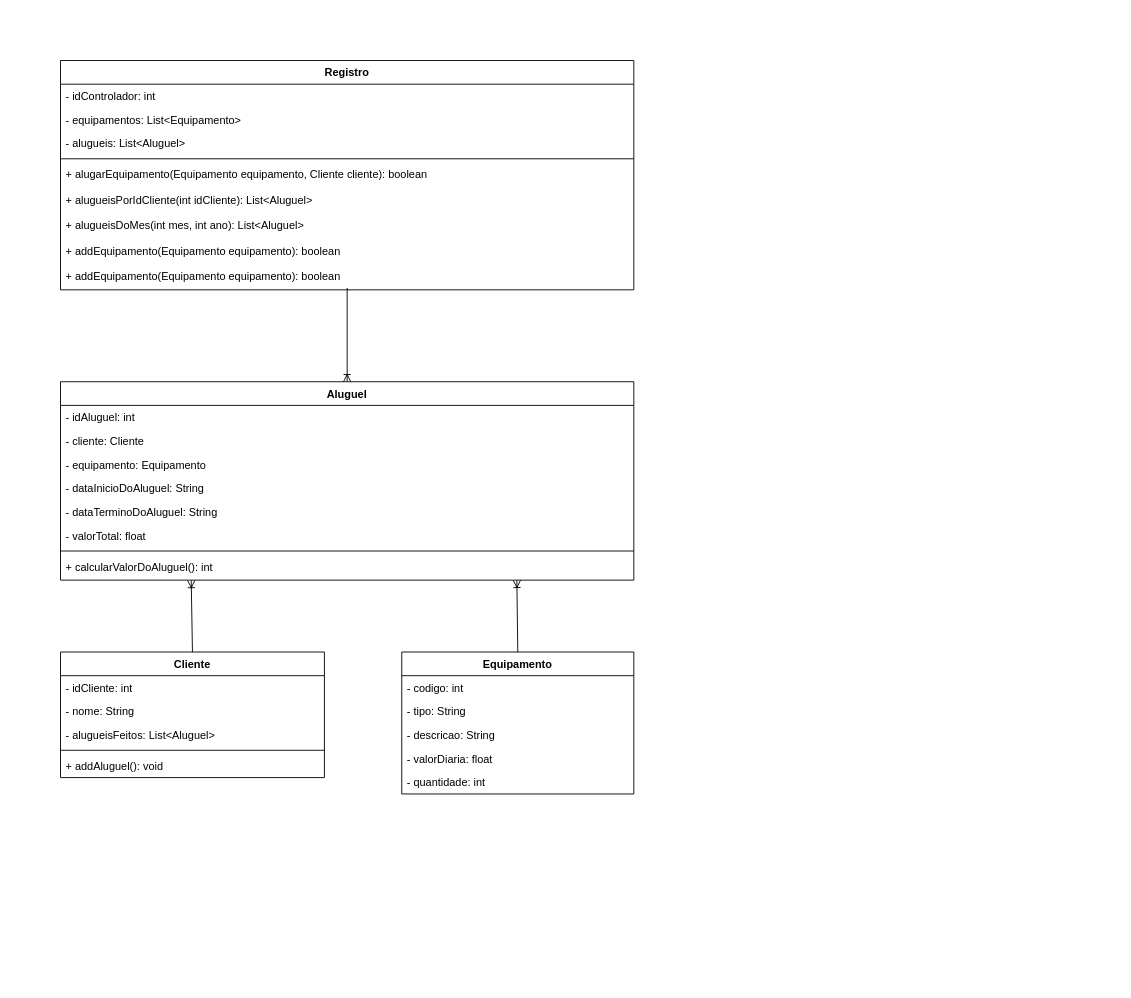
Before: docs/diagramas/diagramaDeClasses.drawio in puc-aulas/lpm-noite-quarta-pl-luccaluchi, a draw.io diagram. Source tidied: cells renumbered, new cells numbered last; positions are measured from the earlier drawing's top-left corner, leaving out a move shared by most shapes. Both pictures are drawn from the tidied source at 91%, with x=0, y=0 at pixel (60, 60).
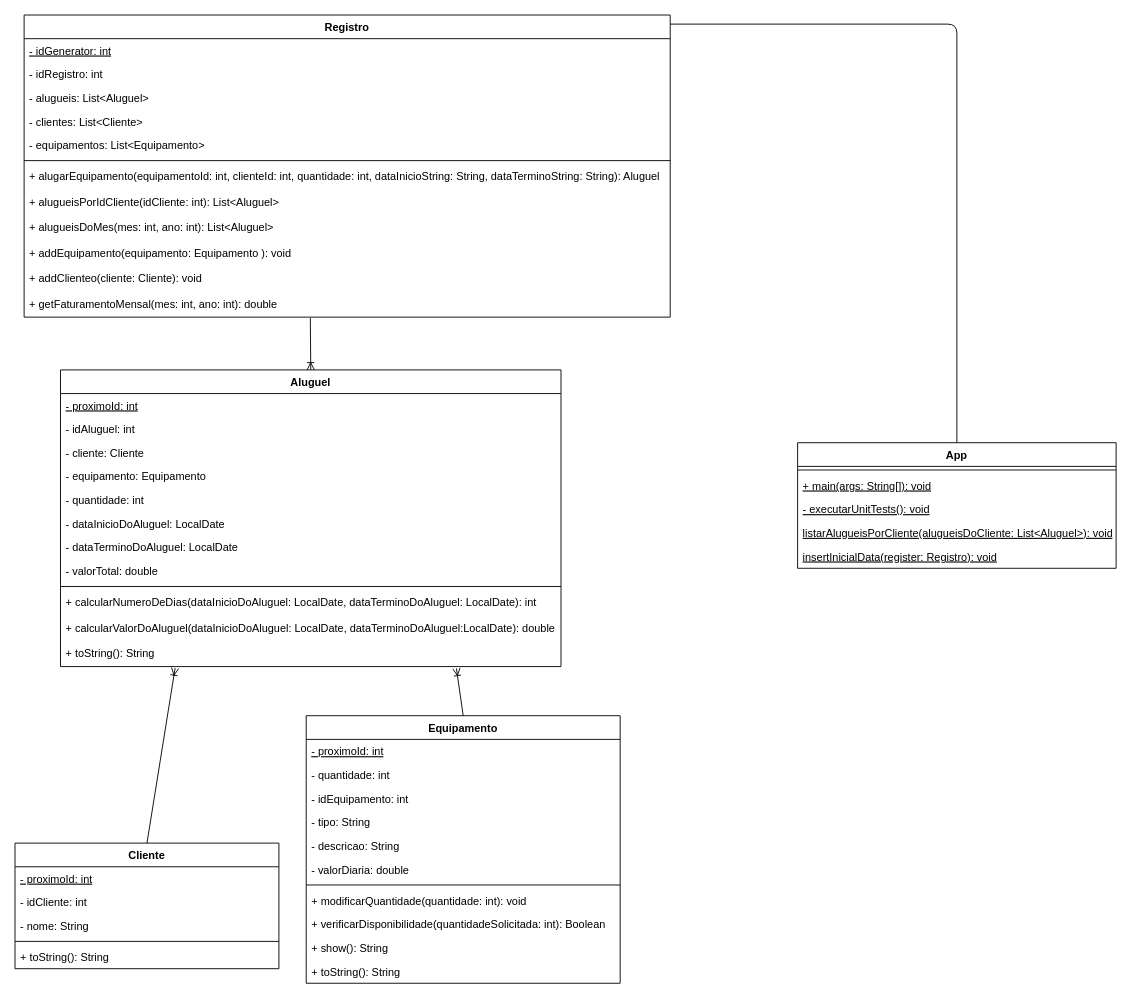
The same page after the edit.

Commit message:
Atualizando diagrama de classes

What changed in the source:
```diff
@@
     <mxCell id="2" value="Cliente" style="swimlane;fontStyle=1;align=center;verticalAlign=top;horizontal=1;startSize=26;" parent="1" vertex="1">
-      <mxGeometry y="650" width="290" height="138" as="geometry" />
+      <mxGeometry x="-50" y="860" width="290" height="138" as="geometry" />
     </mxCell>
+    <mxCell id="36" value="- proximoId: int" style="text;strokeColor=none;fillColor=none;align=left;verticalAlign=top;spacingLeft=4;spacingRight=4;overflow=hidden;fontStyle=4;" parent="2" vertex="1">
+      <mxGeometry y="26" width="290" height="26" as="geometry" />
+    </mxCell>
     <mxCell id="3" value="- idCliente: int" style="text;strokeColor=none;fillColor=none;align=left;verticalAlign=top;spacingLeft=4;spacingRight=4;overflow=hidden;" parent="2" vertex="1">
-      <mxGeometry y="26" width="290" height="26" as="geometry" />
+      <mxGeometry y="52" width="290" height="26" as="geometry" />
     </mxCell>
     <mxCell id="4" value="- nome: String" style="text;strokeColor=none;fillColor=none;align=left;verticalAlign=top;spacingLeft=4;spacingRight=4;overflow=hidden;" parent="2" vertex="1">
-      <mxGeometry y="52" width="290" height="26" as="geometry" />
+      <mxGeometry y="78" width="290" height="26" as="geometry" />
     </mxCell>
-    <mxCell id="5" value="- alugueisFeitos: List&lt;Aluguel&gt;" style="text;strokeColor=none;fillColor=none;align=left;verticalAlign=top;spacingLeft=4;spacingRight=4;overflow=hidden;" parent="2" vertex="1">
-      <mxGeometry y="78" width="290" height="26" as="geometry" />
-    </mxCell>
@@
-    <mxCell id="7" value="+ addAluguel(): void" style="text;strokeColor=none;fillColor=none;align=left;verticalAlign=top;spacingLeft=4;spacingRight=4;overflow=hidden;" parent="2" vertex="1">
-      <mxGeometry y="112" width="290" height="26" as="geometry" />
-    </mxCell>
+    <mxCell id="37" value="+ toString(): String" style="text;strokeColor=none;fillColor=none;align=left;verticalAlign=top;spacingLeft=4;spacingRight=4;overflow=hidden;" parent="2" vertex="1">
+      <mxGeometry y="112" width="290" height="26" as="geometry" />
+    </mxCell>
     <mxCell id="8" value="Equipamento" style="swimlane;fontStyle=1;align=center;verticalAlign=top;horizontal=1;startSize=26;" parent="1" vertex="1">
-      <mxGeometry x="375" y="650" width="255" height="156" as="geometry" />
+      <mxGeometry x="270" y="720" width="345" height="294" as="geometry" />
     </mxCell>
-    <mxCell id="9" value="- codigo: int" style="text;strokeColor=none;fillColor=none;align=left;verticalAlign=top;spacingLeft=4;spacingRight=4;overflow=hidden;" parent="8" vertex="1">
-      <mxGeometry y="26" width="255" height="26" as="geometry" />
+    <mxCell id="9" value="- proximoId: int" style="text;strokeColor=none;fillColor=none;align=left;verticalAlign=top;spacingLeft=4;spacingRight=4;overflow=hidden;fontStyle=4;" parent="8" vertex="1">
+      <mxGeometry y="26" width="345" height="26" as="geometry" />
     </mxCell>
+    <mxCell id="13" value="- quantidade: int" style="text;strokeColor=none;fillColor=none;align=left;verticalAlign=top;spacingLeft=4;spacingRight=4;overflow=hidden;" parent="8" vertex="1">
+      <mxGeometry y="52" width="345" height="26" as="geometry" />
+    </mxCell>
+    <mxCell id="38" value="- idEquipamento: int" style="text;strokeColor=none;fillColor=none;align=left;verticalAlign=top;spacingLeft=4;spacingRight=4;overflow=hidden;" parent="8" vertex="1">
+      <mxGeometry y="78" width="345" height="26" as="geometry" />
+    </mxCell>
     <mxCell id="10" value="- tipo: String" style="text;strokeColor=none;fillColor=none;align=left;verticalAlign=top;spacingLeft=4;spacingRight=4;overflow=hidden;" parent="8" vertex="1">
-      <mxGeometry y="52" width="255" height="26" as="geometry" />
+      <mxGeometry y="104" width="345" height="26" as="geometry" />
     </mxCell>
     <mxCell id="11" value="- descricao: String" style="text;strokeColor=none;fillColor=none;align=left;verticalAlign=top;spacingLeft=4;spacingRight=4;overflow=hidden;" parent="8" vertex="1">
-      <mxGeometry y="78" width="255" height="26" as="geometry" />
+      <mxGeometry y="130" width="345" height="26" as="geometry" />
     </mxCell>
-    <mxCell id="12" value="- valorDiaria: float" style="text;strokeColor=none;fillColor=none;align=left;verticalAlign=top;spacingLeft=4;spacingRight=4;overflow=hidden;" parent="8" vertex="1">
-      <mxGeometry y="104" width="255" height="26" as="geometry" />
+    <mxCell id="12" value="- valorDiaria: double" style="text;strokeColor=none;fillColor=none;align=left;verticalAlign=top;spacingLeft=4;spacingRight=4;overflow=hidden;" parent="8" vertex="1">
+      <mxGeometry y="156" width="345" height="26" as="geometry" />
     </mxCell>
-    <mxCell id="13" value="- quantidade: int" style="text;strokeColor=none;fillColor=none;align=left;verticalAlign=top;spacingLeft=4;spacingRight=4;overflow=hidden;" parent="8" vertex="1">
-      <mxGeometry y="130" width="255" height="26" as="geometry" />
-    </mxCell>
+    <mxCell id="39" style="line;strokeWidth=1;fillColor=none;align=left;verticalAlign=middle;spacingTop=-1;spacingLeft=3;spacingRight=3;labelPosition=right;strokeColor=inherit;" parent="8" vertex="1">
+      <mxGeometry y="182" width="345" height="8" as="geometry" />
+    </mxCell>
+    <mxCell id="40" value="+ modificarQuantidade(quantidade: int): void" style="text;strokeColor=none;fillColor=none;align=left;verticalAlign=top;spacingLeft=4;spacingRight=4;overflow=hidden;" parent="8" vertex="1">
+      <mxGeometry y="190" width="345" height="26" as="geometry" />
+    </mxCell>
+    <mxCell id="41" value="+ verificarDisponibilidade(quantidadeSolicitada: int): Boolean" style="text;strokeColor=none;fillColor=none;align=left;verticalAlign=top;spacingLeft=4;spacingRight=4;overflow=hidden;" parent="8" vertex="1">
+      <mxGeometry y="216" width="345" height="26" as="geometry" />
+    </mxCell>
+    <mxCell id="42" value="+ show(): String" style="text;strokeColor=none;fillColor=none;align=left;verticalAlign=top;spacingLeft=4;spacingRight=4;overflow=hidden;" parent="8" vertex="1">
+      <mxGeometry y="242" width="345" height="26" as="geometry" />
+    </mxCell>
+    <mxCell id="43" value="+ toString(): String" style="text;strokeColor=none;fillColor=none;align=left;verticalAlign=top;spacingLeft=4;spacingRight=4;overflow=hidden;" parent="8" vertex="1">
+      <mxGeometry y="268" width="345" height="26" as="geometry" />
+    </mxCell>
     <mxCell id="14" value="Aluguel" style="swimlane;fontStyle=1;align=center;verticalAlign=top;horizontal=1;startSize=26;" parent="1" vertex="1">
-      <mxGeometry y="353" width="630" height="218" as="geometry" />
+      <mxGeometry y="340" width="550" height="326" as="geometry" />
     </mxCell>
+    <mxCell id="44" value="- proximoId: int" style="text;strokeColor=none;fillColor=none;align=left;verticalAlign=top;spacingLeft=4;spacingRight=4;overflow=hidden;fontStyle=4;" parent="14" vertex="1">
+      <mxGeometry y="26" width="550" height="26" as="geometry" />
+    </mxCell>
     <mxCell id="15" value="- idAluguel: int" style="text;strokeColor=none;fillColor=none;align=left;verticalAlign=top;spacingLeft=4;spacingRight=4;overflow=hidden;" parent="14" vertex="1">
-      <mxGeometry y="26" width="630" height="26" as="geometry" />
+      <mxGeometry y="52" width="550" height="26" as="geometry" />
     </mxCell>
     <mxCell id="16" value="- cliente: Cliente" style="text;strokeColor=none;fillColor=none;align=left;verticalAlign=top;spacingLeft=4;spacingRight=4;overflow=hidden;" parent="14" vertex="1">
-      <mxGeometry y="52" width="630" height="26" as="geometry" />
+      <mxGeometry y="78" width="550" height="26" as="geometry" />
     </mxCell>
+    <mxCell id="45" value="- equipamento: Equipamento" style="text;strokeColor=none;fillColor=none;align=left;verticalAlign=top;spacingLeft=4;spacingRight=4;overflow=hidden;" parent="14" vertex="1">
+      <mxGeometry y="104" width="550" height="26" as="geometry" />
+    </mxCell>
-    <mxCell id="17" value="- equipamento: Equipamento" style="text;strokeColor=none;fillColor=none;align=left;verticalAlign=top;spacingLeft=4;spacingRight=4;overflow=hidden;" parent="14" vertex="1">
-      <mxGeometry y="78" width="630" height="26" as="geometry" />
+    <mxCell id="17" value="- quantidade: int" style="text;strokeColor=none;fillColor=none;align=left;verticalAlign=top;spacingLeft=4;spacingRight=4;overflow=hidden;" parent="14" vertex="1">
+      <mxGeometry y="130" width="550" height="26" as="geometry" />
     </mxCell>
-    <mxCell id="18" value="- dataInicioDoAluguel: String" style="text;strokeColor=none;fillColor=none;align=left;verticalAlign=top;spacingLeft=4;spacingRight=4;overflow=hidden;" parent="14" vertex="1">
-      <mxGeometry y="104" width="630" height="26" as="geometry" />
+    <mxCell id="18" value="- dataInicioDoAluguel: LocalDate" style="text;strokeColor=none;fillColor=none;align=left;verticalAlign=top;spacingLeft=4;spacingRight=4;overflow=hidden;" parent="14" vertex="1">
+      <mxGeometry y="156" width="550" height="26" as="geometry" />
     </mxCell>
-    <mxCell id="19" value="- dataTerminoDoAluguel: String" style="text;strokeColor=none;fillColor=none;align=left;verticalAlign=top;spacingLeft=4;spacingRight=4;overflow=hidden;" parent="14" vertex="1">
-      <mxGeometry y="130" width="630" height="26" as="geometry" />
+    <mxCell id="19" value="- dataTerminoDoAluguel: LocalDate" style="text;strokeColor=none;fillColor=none;align=left;verticalAlign=top;spacingLeft=4;spacingRight=4;overflow=hidden;" parent="14" vertex="1">
+      <mxGeometry y="182" width="550" height="26" as="geometry" />
     </mxCell>
-    <mxCell id="20" value="- valorTotal: float" style="text;strokeColor=none;fillColor=none;align=left;verticalAlign=top;spacingLeft=4;spacingRight=4;overflow=hidden;" parent="14" vertex="1">
-      <mxGeometry y="156" width="630" height="26" as="geometry" />
+    <mxCell id="20" value="- valorTotal: double" style="text;strokeColor=none;fillColor=none;align=left;verticalAlign=top;spacingLeft=4;spacingRight=4;overflow=hidden;" parent="14" vertex="1">
+      <mxGeometry y="208" width="550" height="26" as="geometry" />
     </mxCell>
     <mxCell id="21" style="line;strokeWidth=1;fillColor=none;align=left;verticalAlign=middle;spacingTop=-1;spacingLeft=3;spacingRight=3;labelPosition=right;strokeColor=inherit;" parent="14" vertex="1">
-      <mxGeometry y="182" width="630" height="8" as="geometry" />
+      <mxGeometry y="234" width="550" height="8" as="geometry" />
     </mxCell>
+    <mxCell id="46" value="+ calcularNumeroDeDias(dataInicioDoAluguel: LocalDate, dataTerminoDoAluguel: LocalDate): int" style="text;strokeColor=none;fillColor=none;align=left;verticalAlign=top;spacingLeft=4;spacingRight=4;overflow=hidden;" parent="14" vertex="1">
+      <mxGeometry y="242" width="550" height="28" as="geometry" />
+    </mxCell>
-    <mxCell id="22" value="+ calcularValorDoAluguel(): int" style="text;strokeColor=none;fillColor=none;align=left;verticalAlign=top;spacingLeft=4;spacingRight=4;overflow=hidden;points=[[0,0.5],[1,0.5]];portConstraint=eastwest;" parent="14" vertex="1">
-      <mxGeometry y="190" width="630" height="28" as="geometry" />
+    <mxCell id="22" value="+ calcularValorDoAluguel(dataInicioDoAluguel: LocalDate, dataTerminoDoAluguel:LocalDate): double" style="text;strokeColor=none;fillColor=none;align=left;verticalAlign=top;spacingLeft=4;spacingRight=4;overflow=hidden;points=[[0,0.5],[1,0.5]];portConstraint=eastwest;" parent="14" vertex="1">
+      <mxGeometry y="270" width="550" height="28" as="geometry" />
     </mxCell>
+    <mxCell id="47" value="+ toString(): String" style="text;strokeColor=none;fillColor=none;align=left;verticalAlign=top;spacingLeft=4;spacingRight=4;overflow=hidden;points=[[0,0.5],[1,0.5]];portConstraint=eastwest;" parent="14" vertex="1">
+      <mxGeometry y="298" width="550" height="28" as="geometry" />
+    </mxCell>
-    <mxCell id="23" style="fontSize=12;html=1;endArrow=ERoneToMany;exitX=0.5;exitY=0;exitDx=0;exitDy=0;entryX=0.228;entryY=1.012;entryDx=0;entryDy=0;entryPerimeter=0;" parent="1" edge="1" source="2" target="22">
+    <mxCell id="23" style="fontSize=12;html=1;endArrow=ERoneToMany;exitX=0.5;exitY=0;exitDx=0;exitDy=0;entryX=0.229;entryY=1.056;entryDx=0;entryDy=0;entryPerimeter=0;" parent="1" edge="1" source="2" target="47">
       <mxGeometry relative="1" as="geometry" />
     </mxCell>
-    <mxCell id="24" style="fontSize=12;html=1;endArrow=ERoneToMany;entryX=0.796;entryY=1.006;entryDx=0;entryDy=0;entryPerimeter=0;exitX=0.5;exitY=0;exitDx=0;exitDy=0;" parent="1" edge="1" source="8" target="22">
+    <mxCell id="24" style="fontSize=12;html=1;endArrow=ERoneToMany;entryX=0.791;entryY=1.071;entryDx=0;entryDy=0;entryPerimeter=0;exitX=0.5;exitY=0;exitDx=0;exitDy=0;" parent="1" edge="1" source="8" target="47">
       <mxGeometry relative="1" as="geometry" />
     </mxCell>
     <mxCell id="25" value="Registro" style="swimlane;fontStyle=1;align=center;verticalAlign=top;horizontal=1;startSize=26;" parent="1" vertex="1">
-      <mxGeometry width="630" height="252" as="geometry" />
+      <mxGeometry x="-40" y="-50" width="710" height="332" as="geometry" />
     </mxCell>
+    <mxCell id="48" value="- idGenerator: int" style="text;strokeColor=none;fillColor=none;align=left;verticalAlign=top;spacingLeft=4;spacingRight=4;overflow=hidden;fontStyle=4;" parent="25" vertex="1">
+      <mxGeometry y="26" width="710" height="26" as="geometry" />
+    </mxCell>
-    <mxCell id="26" value="- idControlador: int" style="text;strokeColor=none;fillColor=none;align=left;verticalAlign=top;spacingLeft=4;spacingRight=4;overflow=hidden;" parent="25" vertex="1">
-      <mxGeometry y="26" width="630" height="26" as="geometry" />
+    <mxCell id="26" value="- idRegistro: int" style="text;strokeColor=none;fillColor=none;align=left;verticalAlign=top;spacingLeft=4;spacingRight=4;overflow=hidden;" parent="25" vertex="1">
+      <mxGeometry y="52" width="710" height="26" as="geometry" />
     </mxCell>
+    <mxCell id="28" value="- alugueis: List&lt;Aluguel&gt;" style="text;strokeColor=none;fillColor=none;align=left;verticalAlign=top;spacingLeft=4;spacingRight=4;overflow=hidden;" parent="25" vertex="1">
+      <mxGeometry y="78" width="710" height="26" as="geometry" />
+    </mxCell>
+    <mxCell id="49" value="- clientes: List&lt;Cliente&gt;" style="text;strokeColor=none;fillColor=none;align=left;verticalAlign=top;spacingLeft=4;spacingRight=4;overflow=hidden;" parent="25" vertex="1">
+      <mxGeometry y="104" width="710" height="26" as="geometry" />
+    </mxCell>
     <mxCell id="27" value="- equipamentos: List&lt;Equipamento&gt;" style="text;strokeColor=none;fillColor=none;align=left;verticalAlign=top;spacingLeft=4;spacingRight=4;overflow=hidden;" parent="25" vertex="1">
-      <mxGeometry y="52" width="630" height="26" as="geometry" />
+      <mxGeometry y="130" width="710" height="26" as="geometry" />
     </mxCell>
-    <mxCell id="28" value="- alugueis: List&lt;Aluguel&gt;" style="text;strokeColor=none;fillColor=none;align=left;verticalAlign=top;spacingLeft=4;spacingRight=4;overflow=hidden;" parent="25" vertex="1">
-      <mxGeometry y="78" width="630" height="26" as="geometry" />
-    </mxCell>
     <mxCell id="29" style="line;strokeWidth=1;fillColor=none;align=left;verticalAlign=middle;spacingTop=-1;spacingLeft=3;spacingRight=3;labelPosition=right;strokeColor=inherit;" parent="25" vertex="1">
-      <mxGeometry y="104" width="630" height="8" as="geometry" />
+      <mxGeometry y="156" width="710" height="8" as="geometry" />
     </mxCell>
-    <mxCell id="30" value="+ alugarEquipamento(Equipamento equipamento, Cliente cliente): boolean" style="text;strokeColor=none;fillColor=none;align=left;verticalAlign=top;spacingLeft=4;spacingRight=4;overflow=hidden;" parent="25" vertex="1">
-      <mxGeometry y="112" width="630" height="28" as="geometry" />
+    <mxCell id="30" value="+ alugarEquipamento(equipamentoId: int, clienteId: int, quantidade: int, dataInicioString: String, dataTerminoString: String): Aluguel" style="text;strokeColor=none;fillColor=none;align=left;verticalAlign=top;spacingLeft=4;spacingRight=4;overflow=hidden;" parent="25" vertex="1">
+      <mxGeometry y="164" width="710" height="28" as="geometry" />
     </mxCell>
-    <mxCell id="31" value="+ alugueisPorIdCliente(int idCliente): List&lt;Aluguel&gt;" style="text;strokeColor=none;fillColor=none;align=left;verticalAlign=top;spacingLeft=4;spacingRight=4;overflow=hidden;" parent="25" vertex="1">
-      <mxGeometry y="140" width="630" height="28" as="geometry" />
+    <mxCell id="31" value="+ alugueisPorIdCliente(idCliente: int): List&lt;Aluguel&gt;" style="text;strokeColor=none;fillColor=none;align=left;verticalAlign=top;spacingLeft=4;spacingRight=4;overflow=hidden;" parent="25" vertex="1">
+      <mxGeometry y="192" width="710" height="28" as="geometry" />
     </mxCell>
-    <mxCell id="32" value="+ alugueisDoMes(int mes, int ano): List&lt;Aluguel&gt;" style="text;strokeColor=none;fillColor=none;align=left;verticalAlign=top;spacingLeft=4;spacingRight=4;overflow=hidden;" parent="25" vertex="1">
-      <mxGeometry y="168" width="630" height="28" as="geometry" />
+    <mxCell id="32" value="+ alugueisDoMes(mes: int, ano: int): List&lt;Aluguel&gt;" style="text;strokeColor=none;fillColor=none;align=left;verticalAlign=top;spacingLeft=4;spacingRight=4;overflow=hidden;" parent="25" vertex="1">
+      <mxGeometry y="220" width="710" height="28" as="geometry" />
     </mxCell>
-    <mxCell id="33" value="+ addEquipamento(Equipamento equipamento): boolean" style="text;strokeColor=none;fillColor=none;align=left;verticalAlign=top;spacingLeft=4;spacingRight=4;overflow=hidden;" parent="25" vertex="1">
-      <mxGeometry y="196" width="630" height="28" as="geometry" />
+    <mxCell id="33" value="+ addEquipamento(equipamento: Equipamento ): void" style="text;strokeColor=none;fillColor=none;align=left;verticalAlign=top;spacingLeft=4;spacingRight=4;overflow=hidden;" parent="25" vertex="1">
+      <mxGeometry y="248" width="710" height="28" as="geometry" />
     </mxCell>
+    <mxCell id="50" value="+ addClienteo(cliente: Cliente): void" style="text;strokeColor=none;fillColor=none;align=left;verticalAlign=top;spacingLeft=4;spacingRight=4;overflow=hidden;" parent="25" vertex="1">
+      <mxGeometry y="276" width="710" height="28" as="geometry" />
+    </mxCell>
-    <mxCell id="34" value="+ addEquipamento(Equipamento equipamento): boolean" style="text;strokeColor=none;fillColor=none;align=left;verticalAlign=top;spacingLeft=4;spacingRight=4;overflow=hidden;points=[[0,0.5],[1,0.5]];portConstraint=eastwest;" parent="25" vertex="1">
-      <mxGeometry y="224" width="630" height="28" as="geometry" />
+    <mxCell id="34" value="+ getFaturamentoMensal(mes: int, ano: int): double" style="text;strokeColor=none;fillColor=none;align=left;verticalAlign=top;spacingLeft=4;spacingRight=4;overflow=hidden;points=[[0,0.5],[1,0.5]];portConstraint=eastwest;" parent="25" vertex="1">
+      <mxGeometry y="304" width="710" height="28" as="geometry" />
     </mxCell>
-    <mxCell id="35" style="fontSize=12;html=1;endArrow=ERoneToMany;entryX=0.5;entryY=0;entryDx=0;entryDy=0;" parent="1" edge="1" target="14">
-      <mxGeometry relative="1" as="geometry">
-        <mxPoint x="315" y="250" as="sourcePoint" />
-      </mxGeometry>
+    <mxCell id="35" style="fontSize=12;html=1;endArrow=ERoneToMany;entryX=0.5;entryY=0;entryDx=0;entryDy=0;exitX=0.443;exitY=1.028;exitDx=0;exitDy=0;exitPerimeter=0;" parent="1" edge="1" source="34" target="14">
+      <mxGeometry relative="1" as="geometry" />
     </mxCell>
+    <mxCell id="51" value="App" style="swimlane;fontStyle=1;align=center;verticalAlign=top;horizontal=1;startSize=26;" parent="1" vertex="1">
+      <mxGeometry x="810" y="420" width="350" height="138" as="geometry" />
+    </mxCell>
+    <mxCell id="52" style="line;strokeWidth=1;fillColor=none;align=left;verticalAlign=middle;spacingTop=-1;spacingLeft=3;spacingRight=3;labelPosition=right;strokeColor=inherit;" parent="51" vertex="1">
+      <mxGeometry y="26" width="350" height="8" as="geometry" />
+    </mxCell>
+    <mxCell id="53" value="+ main(args: String[]): void" style="text;strokeColor=none;fillColor=none;align=left;verticalAlign=top;spacingLeft=4;spacingRight=4;overflow=hidden;fontStyle=4;" parent="51" vertex="1">
+      <mxGeometry y="34" width="350" height="26" as="geometry" />
+    </mxCell>
+    <mxCell id="54" value="- executarUnitTests(): void" style="text;strokeColor=none;fillColor=none;align=left;verticalAlign=top;spacingLeft=4;spacingRight=4;overflow=hidden;fontStyle=4;" parent="51" vertex="1">
+      <mxGeometry y="60" width="350" height="26" as="geometry" />
+    </mxCell>
+    <mxCell id="55" value="listarAlugueisPorCliente(alugueisDoCliente: List&lt;Aluguel&gt;): void" style="text;strokeColor=none;fillColor=none;align=left;verticalAlign=top;spacingLeft=4;spacingRight=4;overflow=hidden;fontStyle=4;" parent="51" vertex="1">
+      <mxGeometry y="86" width="350" height="26" as="geometry" />
+    </mxCell>
+    <mxCell id="56" value="insertInicialData(register: Registro): void" style="text;strokeColor=none;fillColor=none;align=left;verticalAlign=top;spacingLeft=4;spacingRight=4;overflow=hidden;fontStyle=4;" parent="51" vertex="1">
+      <mxGeometry y="112" width="350" height="26" as="geometry" />
+    </mxCell>
+    <mxCell id="57" style="edgeStyle=elbowEdgeStyle;html=1;endArrow=none;elbow=vertical;entryX=0.5;entryY=0;entryDx=0;entryDy=0;" parent="1" edge="1" source="25" target="51">
+      <mxGeometry relative="1" as="geometry">
+        <Array as="points">
+          <mxPoint x="860" y="-40" />
+        </Array>
+      </mxGeometry>
+    </mxCell>
```
